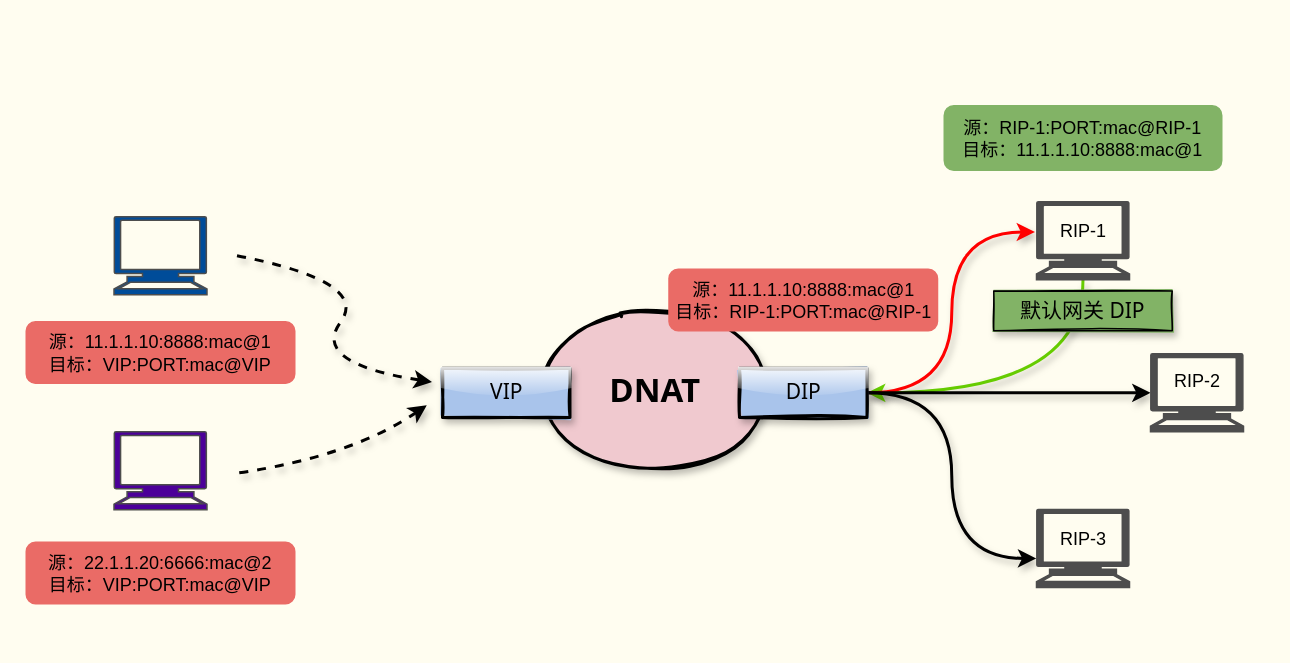
The draw.io diagram pictures/负载均衡/dnat.drawio in boxtsecond/draw, before the edit. Source tidied: cells renumbered, new cells numbered last; positions are measured from the earlier drawing's top-left corner, leaving out a move shared by most shapes. Both pictures are drawn from the tidied source at 150%, with x=0, y=0 at pixel (26, 105).
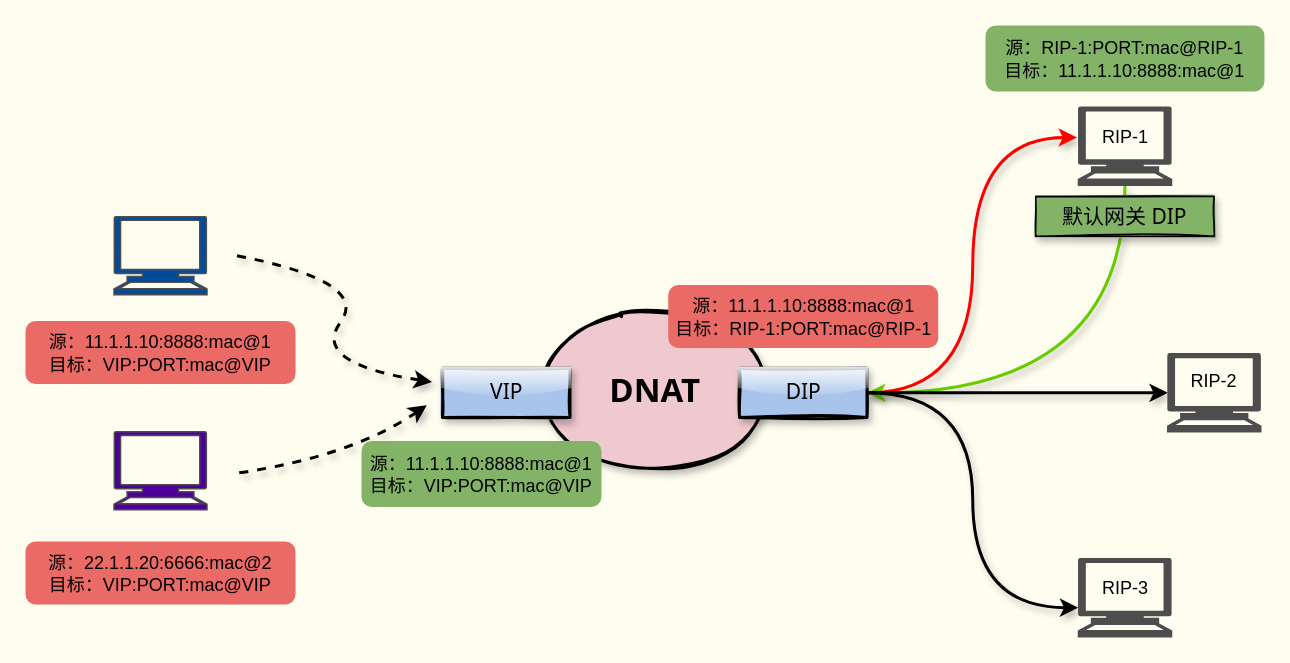
The same diagram, later.

Diff of the diagram source:
```diff
@@
     <mxCell id="14" style="shape=mxgraph.signs.tech.computer;html=1;verticalLabelPosition=bottom;verticalAlign=top;align=center;labelBackgroundColor=none;fontColor=#ffffff;fillColor=#4D4D4D;strokeColor=#4D4D4D;" parent="1" vertex="1">
-      <mxGeometry x="673.5" y="64" width="62" height="52" as="geometry" />
+      <mxGeometry x="701.5" y="1" width="62" height="52" as="geometry" />
     </mxCell>
     <mxCell id="15" style="shape=mxgraph.signs.tech.computer;html=1;verticalLabelPosition=bottom;verticalAlign=top;align=center;labelBackgroundColor=none;fontColor=#ffffff;fillColor=#4D4D4D;strokeColor=#4D4D4D;" parent="1" vertex="1">
-      <mxGeometry x="749.5" y="165.4" width="62" height="52" as="geometry" />
+      <mxGeometry x="761" y="165.4" width="62" height="52" as="geometry" />
     </mxCell>
     <mxCell id="16" style="shape=mxgraph.signs.tech.computer;html=1;verticalLabelPosition=bottom;verticalAlign=top;align=center;labelBackgroundColor=none;fontColor=#ffffff;fillColor=#4D4D4D;strokeColor=#4D4D4D;" parent="1" vertex="1">
-      <mxGeometry x="673.5" y="269.2" width="62" height="52" as="geometry" />
+      <mxGeometry x="701.5" y="302" width="62" height="52" as="geometry" />
     </mxCell>
     <mxCell id="17" value="&lt;span style=&quot;color: rgb(0, 0, 0); font-family: helvetica; font-size: 12px; font-style: normal; font-weight: 400; letter-spacing: normal; text-align: center; text-indent: 0px; text-transform: none; word-spacing: 0px; display: inline; float: none;&quot;&gt;RIP-1&lt;/span&gt;" style="text;html=1;strokeColor=none;fillColor=none;align=center;verticalAlign=middle;whiteSpace=wrap;rounded=0;labelBackgroundColor=none;" parent="1" vertex="1">
-      <mxGeometry x="684.5" y="74" width="40" height="20" as="geometry" />
+      <mxGeometry x="712.5" y="11" width="40" height="20" as="geometry" />
     </mxCell>
     <mxCell id="18" value="&lt;span style=&quot;color: rgb(0, 0, 0); font-family: helvetica; font-size: 12px; font-style: normal; font-weight: 400; letter-spacing: normal; text-align: center; text-indent: 0px; text-transform: none; word-spacing: 0px; display: inline; float: none;&quot;&gt;RIP-2&lt;/span&gt;" style="text;html=1;strokeColor=none;fillColor=none;align=center;verticalAlign=middle;whiteSpace=wrap;rounded=0;labelBackgroundColor=none;" parent="1" vertex="1">
-      <mxGeometry x="760.5" y="174.4" width="40" height="20" as="geometry" />
+      <mxGeometry x="772" y="174.4" width="40" height="20" as="geometry" />
     </mxCell>
     <mxCell id="19" value="&lt;span style=&quot;color: rgb(0, 0, 0); font-family: helvetica; font-size: 12px; font-style: normal; font-weight: 400; letter-spacing: normal; text-align: center; text-indent: 0px; text-transform: none; word-spacing: 0px; display: inline; float: none;&quot;&gt;RIP-3&lt;/span&gt;" style="text;html=1;strokeColor=none;fillColor=none;align=center;verticalAlign=middle;whiteSpace=wrap;rounded=0;labelBackgroundColor=none;" parent="1" vertex="1">
-      <mxGeometry x="684.5" y="279.2" width="40" height="20" as="geometry" />
+      <mxGeometry x="712.5" y="312" width="40" height="20" as="geometry" />
     </mxCell>
     <mxCell id="20" value="源：&lt;span style=&quot;font-family: &amp;#34;helvetica&amp;#34;&quot;&gt;11.1.1.10&lt;/span&gt;&lt;span style=&quot;font-family: &amp;#34;helvetica&amp;#34;&quot;&gt;:8888:mac@1&lt;/span&gt;&lt;br&gt;目标：RIP-1:PORT:mac@RIP-1" style="rounded=1;whiteSpace=wrap;html=1;fillColor=#EA6B66;strokeColor=#EA6B66;" parent="1" vertex="1">
-      <mxGeometry x="428.5" y="109" width="179" height="41" as="geometry" />
+      <mxGeometry x="428.5" y="120" width="179" height="41" as="geometry" />
     </mxCell>
     <mxCell id="21" value="源：RIP-1:PORT:mac@RIP-1&lt;br&gt;目标：&lt;span style=&quot;font-family: &amp;#34;helvetica&amp;#34;&quot;&gt;11.1.1.10:8888:mac@1&lt;/span&gt;" style="rounded=1;whiteSpace=wrap;html=1;strokeColor=#82b366;fillColor=#82B366;" parent="1" vertex="1">
-      <mxGeometry x="612" width="185" height="43" as="geometry" />
+      <mxGeometry x="640" y="-53" width="185" height="43" as="geometry" />
     </mxCell>
@@
     <mxCell id="26" value="默认网关 DIP" style="rounded=0;whiteSpace=wrap;html=1;shadow=1;glass=0;sketch=1;strokeColor=#000000;strokeWidth=1;fontFamily=Tahoma;fontSize=14;fillStyle=solid;fillColor=#82B366;" parent="1" vertex="1">
-      <mxGeometry x="645" y="123.5" width="119" height="26.5" as="geometry" />
+      <mxGeometry x="673" y="60.5" width="119" height="26.5" as="geometry" />
     </mxCell>
+    <mxCell id="27" value="源：&lt;span style=&quot;font-family: &amp;#34;helvetica&amp;#34;&quot;&gt;11.1.1.10:8888:mac@1&lt;/span&gt;&lt;br&gt;目标：&lt;span style=&quot;font-family: &amp;#34;helvetica&amp;#34;&quot;&gt;VIP:PORT:mac@VIP&lt;/span&gt;" style="rounded=1;whiteSpace=wrap;html=1;strokeColor=#82b366;fillColor=#82B366;" parent="1" vertex="1">
+      <mxGeometry x="224" y="224" width="159" height="43" as="geometry" />
+    </mxCell>
```
